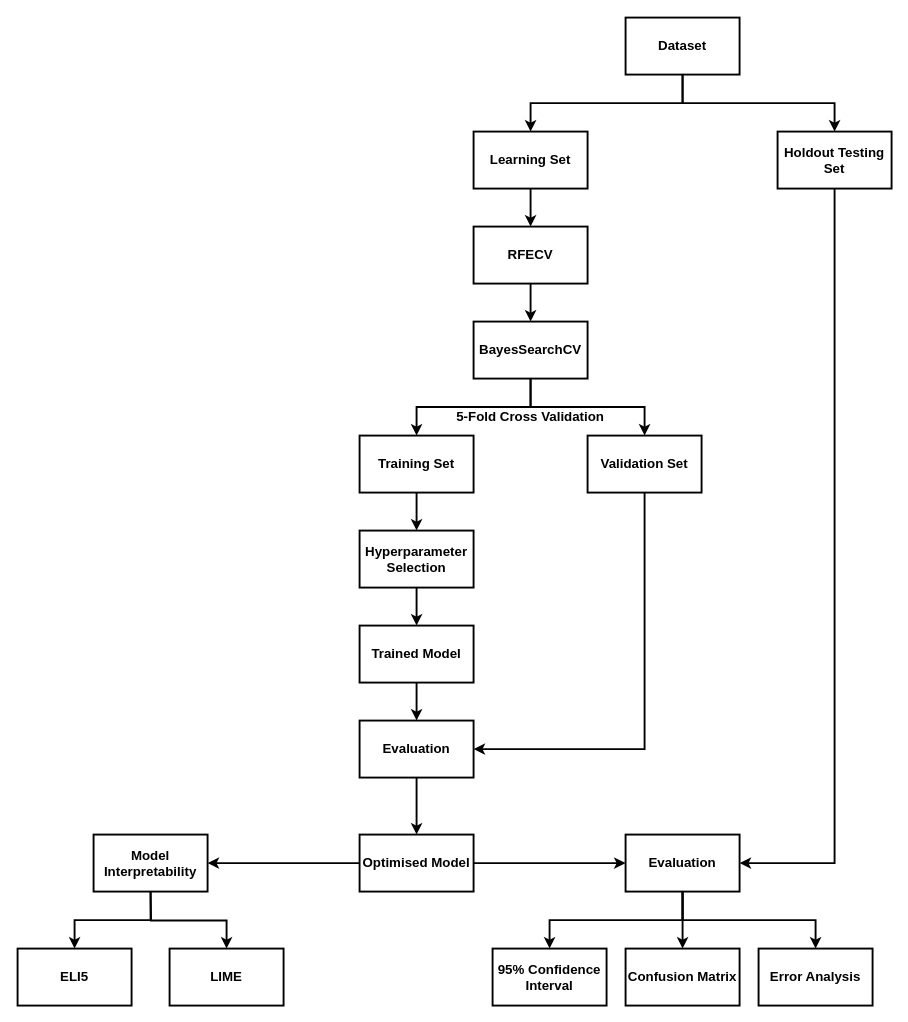
Before: Diagrams/Model_Training.drawio in GeorgeIniatis/AlphaFold_Dataset_Drug_Binding_Prediction, a draw.io diagram. Source tidied: cells renumbered, new cells numbered last; positions are measured from the earlier drawing's top-left corner, leaving out a move shared by most shapes. Both pictures are drawn from the tidied source at 95%, with x=0, y=0 at pixel (17, 17).
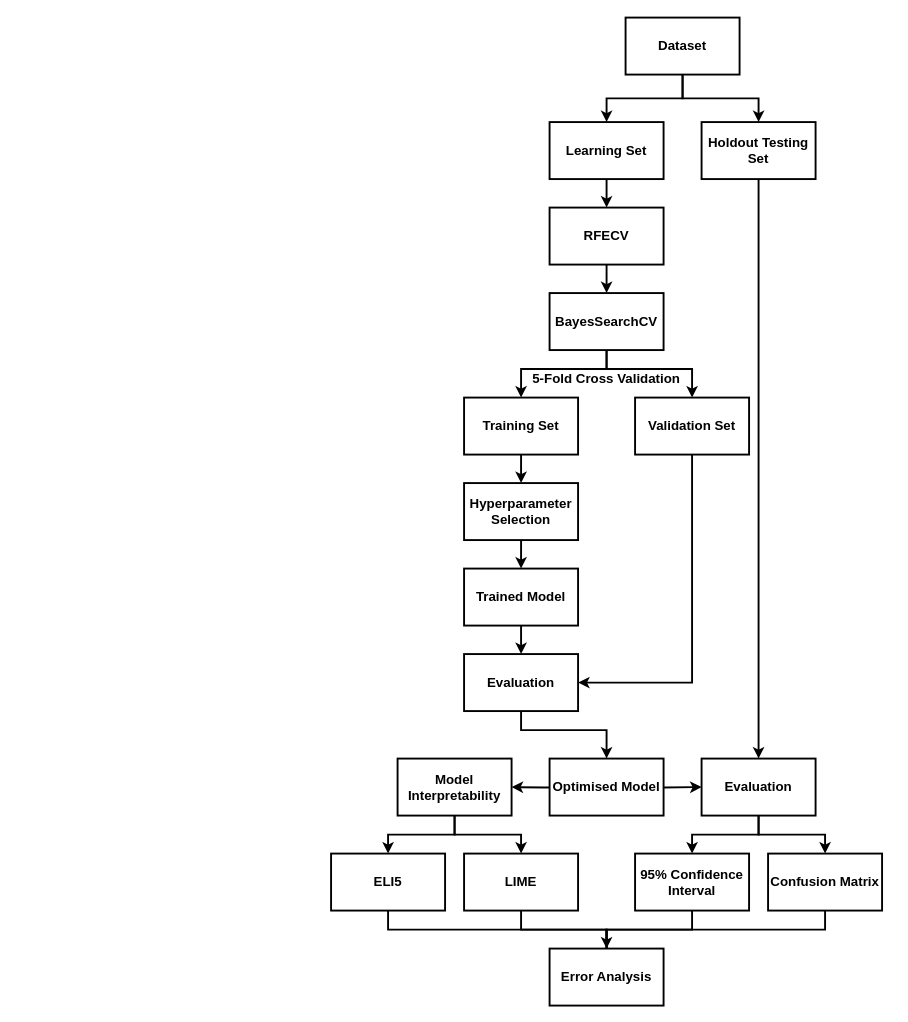
The same diagram, later.

Unchanged cells that the change refers to:
```xml
<mxCell id="19" value="&lt;font style=&quot;font-size: 14px;&quot;&gt;&lt;b&gt;Dataset&lt;/b&gt;&lt;/font&gt;" style="rounded=0;whiteSpace=wrap;html=1;strokeWidth=2;" parent="1" vertex="1">
  <mxGeometry x="640" width="120" height="60" as="geometry" />
</mxCell>
```

Change to the diagram source:
```diff
@@
     <mxCell id="2" value="&lt;font style=&quot;font-size: 14px;&quot;&gt;&lt;b&gt;5-Fold Cross Validation&lt;/b&gt;&lt;/font&gt;" style="rounded=0;whiteSpace=wrap;html=1;strokeWidth=2;strokeColor=none;" parent="1" vertex="1">
-      <mxGeometry x="460" y="390" width="160" height="60" as="geometry" />
+      <mxGeometry x="540" y="350" width="160" height="60" as="geometry" />
     </mxCell>
     <mxCell id="3" value="&lt;font style=&quot;font-size: 14px;&quot;&gt;&lt;b&gt;Learning Set&lt;/b&gt;&lt;/font&gt;" style="rounded=0;whiteSpace=wrap;html=1;strokeWidth=2;" parent="1" vertex="1">
-      <mxGeometry x="480" y="120" width="120" height="60" as="geometry" />
+      <mxGeometry x="560" y="110" width="120" height="60" as="geometry" />
     </mxCell>
@@
     <mxCell id="5" value="&lt;b&gt;RFECV&lt;br&gt;&lt;/b&gt;" style="rounded=0;whiteSpace=wrap;html=1;strokeWidth=2;fontSize=14;" parent="1" vertex="1">
-      <mxGeometry x="480" y="220" width="120" height="60" as="geometry" />
+      <mxGeometry x="560" y="200" width="120" height="60" as="geometry" />
     </mxCell>
@@
     <mxCell id="7" value="&lt;font style=&quot;font-size: 14px;&quot;&gt;&lt;b&gt;Training Set&lt;/b&gt;&lt;/font&gt;" style="rounded=0;whiteSpace=wrap;html=1;strokeWidth=2;" parent="1" vertex="1">
-      <mxGeometry x="360" y="440" width="120" height="60" as="geometry" />
+      <mxGeometry x="470" y="400" width="120" height="60" as="geometry" />
     </mxCell>
-    <mxCell id="8" style="edgeStyle=orthogonalEdgeStyle;rounded=0;jettySize=auto;html=1;strokeWidth=2;fontSize=14;startArrow=none;startFill=0;endArrow=classic;endFill=1;elbow=vertical;entryX=1;entryY=0.5;entryDx=0;entryDy=0;exitX=0.5;exitY=1;exitDx=0;exitDy=0;" parent="1" edge="1" source="9" target="29">
+    <mxCell id="8" style="edgeStyle=orthogonalEdgeStyle;rounded=0;jettySize=auto;html=1;entryX=0.5;entryY=0;entryDx=0;entryDy=0;strokeWidth=2;" parent="1" edge="1" source="9" target="29">
       <mxGeometry relative="1" as="geometry" />
     </mxCell>
     <mxCell id="9" value="&lt;span style=&quot;font-size: 14px;&quot;&gt;&lt;b&gt;Holdout Testing Set&lt;/b&gt;&lt;/span&gt;" style="rounded=0;whiteSpace=wrap;html=1;strokeWidth=2;" parent="1" vertex="1">
-      <mxGeometry x="800" y="120" width="120" height="60" as="geometry" />
+      <mxGeometry x="720" y="110" width="120" height="60" as="geometry" />
     </mxCell>
     <mxCell id="10" value="&lt;font style=&quot;font-size: 14px;&quot;&gt;&lt;b&gt;BayesSearchCV&lt;/b&gt;&lt;/font&gt;" style="rounded=0;whiteSpace=wrap;html=1;strokeWidth=2;" parent="1" vertex="1">
-      <mxGeometry x="480" y="320" width="120" height="60" as="geometry" />
+      <mxGeometry x="560" y="290" width="120" height="60" as="geometry" />
     </mxCell>
+    <mxCell id="40" style="edgeStyle=orthogonalEdgeStyle;rounded=0;jettySize=auto;html=1;entryX=0.5;entryY=0;entryDx=0;entryDy=0;strokeWidth=2;endArrow=none;endFill=0;" parent="1" edge="1" source="11" target="31">
+      <mxGeometry relative="1" as="geometry">
+        <Array as="points">
+          <mxPoint x="710" y="960" />
+          <mxPoint x="620" y="960" />
+        </Array>
+      </mxGeometry>
+    </mxCell>
     <mxCell id="11" value="&lt;font style=&quot;font-size: 14px;&quot;&gt;&lt;b&gt;95% Confidence Interval&lt;/b&gt;&lt;/font&gt;" style="rounded=0;whiteSpace=wrap;html=1;strokeWidth=2;" parent="1" vertex="1">
-      <mxGeometry x="500" y="980" width="120" height="60" as="geometry" />
+      <mxGeometry x="650" y="880" width="120" height="60" as="geometry" />
     </mxCell>
-    <mxCell id="12" style="edgeStyle=orthogonalEdgeStyle;rounded=0;jettySize=auto;html=1;entryX=0;entryY=0.5;entryDx=0;entryDy=0;strokeWidth=2;fontSize=14;startArrow=none;startFill=0;endArrow=classic;endFill=1;elbow=vertical;" parent="1" edge="1" source="14" target="29">
-      <mxGeometry relative="1" as="geometry" />
+    <mxCell id="12" style="edgeStyle=orthogonalEdgeStyle;rounded=0;jettySize=auto;html=1;entryX=0;entryY=0.5;entryDx=0;entryDy=0;strokeWidth=2;fontSize=14;startArrow=none;startFill=0;endArrow=classic;endFill=1;elbow=vertical;" parent="1" edge="1" target="29">
+      <mxGeometry relative="1" as="geometry">
+        <mxPoint x="640" y="810" as="sourcePoint" />
+      </mxGeometry>
     </mxCell>
-    <mxCell id="13" style="edgeStyle=orthogonalEdgeStyle;rounded=0;jettySize=auto;html=1;entryX=1;entryY=0.5;entryDx=0;entryDy=0;strokeWidth=2;fontSize=14;startArrow=none;startFill=0;endArrow=classic;endFill=1;elbow=vertical;exitX=0;exitY=0.5;exitDx=0;exitDy=0;" parent="1" edge="1" source="14" target="32">
-      <mxGeometry relative="1" as="geometry" />
+    <mxCell id="13" style="edgeStyle=orthogonalEdgeStyle;rounded=0;jettySize=auto;html=1;entryX=1;entryY=0.5;entryDx=0;entryDy=0;strokeWidth=2;fontSize=14;startArrow=none;startFill=0;endArrow=classic;endFill=1;elbow=vertical;exitX=0;exitY=0.5;exitDx=0;exitDy=0;" parent="1" edge="1" target="32">
+      <mxGeometry relative="1" as="geometry">
+        <mxPoint x="590" y="810" as="sourcePoint" />
+      </mxGeometry>
     </mxCell>
     <mxCell id="14" value="&lt;font style=&quot;font-size: 14px;&quot;&gt;&lt;b&gt;Optimised Model&lt;/b&gt;&lt;/font&gt;" style="rounded=0;whiteSpace=wrap;html=1;strokeWidth=2;" parent="1" vertex="1">
-      <mxGeometry x="360" y="860" width="120" height="60" as="geometry" />
+      <mxGeometry x="560" y="780" width="120" height="60" as="geometry" />
     </mxCell>
@@
     <mxCell id="16" value="&lt;font style=&quot;font-size: 14px;&quot;&gt;&lt;b&gt;Hyperparameter Selection&lt;/b&gt;&lt;/font&gt;" style="rounded=0;whiteSpace=wrap;html=1;strokeWidth=2;" parent="1" vertex="1">
-      <mxGeometry x="360" y="540" width="120" height="60" as="geometry" />
+      <mxGeometry x="470" y="490" width="120" height="60" as="geometry" />
     </mxCell>
-    <mxCell id="17" style="edgeStyle=orthogonalEdgeStyle;rounded=0;jettySize=auto;html=1;entryX=0.5;entryY=0;entryDx=0;entryDy=0;strokeWidth=2;fontSize=14;startArrow=none;startFill=0;endArrow=classic;endFill=1;elbow=vertical;" parent="1" edge="1" source="18" target="14">
-      <mxGeometry relative="1" as="geometry" />
+    <mxCell id="17" style="edgeStyle=orthogonalEdgeStyle;rounded=0;jettySize=auto;html=1;strokeWidth=2;" parent="1" edge="1" source="18" target="14">
+      <mxGeometry relative="1" as="geometry">
+        <Array as="points">
+          <mxPoint x="530" y="750" />
+          <mxPoint x="620" y="750" />
+        </Array>
+      </mxGeometry>
     </mxCell>
     <mxCell id="18" value="&lt;font style=&quot;font-size: 14px;&quot;&gt;&lt;b&gt;Evaluation&lt;/b&gt;&lt;/font&gt;" style="rounded=0;whiteSpace=wrap;html=1;strokeWidth=2;" parent="1" vertex="1">
-      <mxGeometry x="360" y="740" width="120" height="60" as="geometry" />
+      <mxGeometry x="470" y="670" width="120" height="60" as="geometry" />
     </mxCell>
+    <mxCell id="41" style="edgeStyle=orthogonalEdgeStyle;rounded=0;jettySize=auto;html=1;entryX=0.5;entryY=0;entryDx=0;entryDy=0;strokeWidth=2;" parent="1" edge="1" source="19" target="9">
+      <mxGeometry relative="1" as="geometry" />
+    </mxCell>
@@
     <mxCell id="20" value="&lt;span style=&quot;font-size: 14px;&quot;&gt;&lt;b&gt;Validation Set&lt;/b&gt;&lt;/span&gt;" style="rounded=0;whiteSpace=wrap;html=1;strokeWidth=2;" parent="1" vertex="1">
-      <mxGeometry x="600" y="440" width="120" height="60" as="geometry" />
+      <mxGeometry x="650" y="400" width="120" height="60" as="geometry" />
     </mxCell>
@@
     <mxCell id="22" value="&lt;span style=&quot;font-size: 14px;&quot;&gt;&lt;b&gt;Trained Model&lt;/b&gt;&lt;/span&gt;" style="rounded=0;whiteSpace=wrap;html=1;strokeWidth=2;" parent="1" vertex="1">
-      <mxGeometry x="360" y="640" width="120" height="60" as="geometry" />
+      <mxGeometry x="470" y="580" width="120" height="60" as="geometry" />
     </mxCell>
@@
-    <mxCell id="24" style="endArrow=classic;html=1;rounded=0;strokeWidth=2;fontSize=14;elbow=vertical;edgeStyle=orthogonalEdgeStyle;entryX=0.5;entryY=0;entryDx=0;entryDy=0;endFill=1;" parent="1" edge="1" target="9">
-      <mxGeometry relative="1" as="geometry">
-        <mxPoint x="700" y="60" as="sourcePoint" />
-        <Array as="points">
-          <mxPoint x="700" y="90" />
-          <mxPoint x="860" y="90" />
-        </Array>
-      </mxGeometry>
-    </mxCell>
@@
-    <mxCell id="26" style="endArrow=classic;html=1;rounded=0;strokeWidth=2;fontSize=14;elbow=vertical;exitX=0.5;exitY=1;exitDx=0;exitDy=0;edgeStyle=orthogonalEdgeStyle;entryX=0.5;entryY=0;entryDx=0;entryDy=0;endFill=1;" parent="1" edge="1" source="10" target="7">
-      <mxGeometry relative="1" as="geometry" />
+    <mxCell id="26" style="endArrow=classic;html=1;rounded=0;strokeWidth=2;fontSize=14;elbow=vertical;edgeStyle=orthogonalEdgeStyle;entryX=0.5;entryY=0;entryDx=0;entryDy=0;endFill=1;" parent="1" edge="1" target="7">
+      <mxGeometry relative="1" as="geometry">
+        <mxPoint x="620" y="350" as="sourcePoint" />
+        <Array as="points">
+          <mxPoint x="620" y="370" />
+          <mxPoint x="530" y="370" />
+        </Array>
+      </mxGeometry>
     </mxCell>
     <mxCell id="27" style="endArrow=classic;html=1;rounded=0;strokeWidth=2;fontSize=14;elbow=vertical;edgeStyle=orthogonalEdgeStyle;entryX=0.5;entryY=0;entryDx=0;entryDy=0;endFill=1;" parent="1" edge="1" target="20">
       <mxGeometry relative="1" as="geometry">
-        <mxPoint x="540" y="380" as="sourcePoint" />
+        <mxPoint x="620" y="350" as="sourcePoint" />
         <Array as="points">
-          <mxPoint x="540" y="410" />
-          <mxPoint x="660" y="410" />
+          <mxPoint x="620" y="370" />
+          <mxPoint x="710" y="370" />
         </Array>
       </mxGeometry>
     </mxCell>
@@
     <mxCell id="29" value="&lt;font style=&quot;font-size: 14px;&quot;&gt;&lt;b&gt;Evaluation&lt;/b&gt;&lt;/font&gt;" style="rounded=0;whiteSpace=wrap;html=1;strokeWidth=2;" parent="1" vertex="1">
-      <mxGeometry x="640" y="860" width="120" height="60" as="geometry" />
+      <mxGeometry x="720" y="780" width="120" height="60" as="geometry" />
     </mxCell>
+    <mxCell id="42" style="edgeStyle=orthogonalEdgeStyle;rounded=0;jettySize=auto;html=1;entryX=0.5;entryY=0;entryDx=0;entryDy=0;exitX=0.5;exitY=1;exitDx=0;exitDy=0;strokeWidth=2;endArrow=classic;endFill=1;" parent="1" edge="1" source="30" target="31">
+      <mxGeometry relative="1" as="geometry">
+        <Array as="points">
+          <mxPoint x="850" y="960" />
+          <mxPoint x="620" y="960" />
+        </Array>
+      </mxGeometry>
+    </mxCell>
     <mxCell id="30" value="&lt;font style=&quot;font-size: 14px;&quot;&gt;&lt;b&gt;Confusion Matrix&lt;/b&gt;&lt;/font&gt;" style="rounded=0;whiteSpace=wrap;html=1;strokeWidth=2;" parent="1" vertex="1">
-      <mxGeometry x="640" y="980" width="120" height="60" as="geometry" />
+      <mxGeometry x="790" y="880" width="120" height="60" as="geometry" />
     </mxCell>
     <mxCell id="31" value="&lt;font style=&quot;font-size: 14px;&quot;&gt;&lt;b&gt;Error Analysis&lt;/b&gt;&lt;/font&gt;" style="rounded=0;whiteSpace=wrap;html=1;strokeWidth=2;" parent="1" vertex="1">
-      <mxGeometry x="780" y="980" width="120" height="60" as="geometry" />
+      <mxGeometry x="560" y="980" width="120" height="60" as="geometry" />
     </mxCell>
     <mxCell id="32" value="&lt;font style=&quot;font-size: 14px;&quot;&gt;&lt;b&gt;Model Interpretability&lt;/b&gt;&lt;/font&gt;" style="rounded=0;whiteSpace=wrap;html=1;strokeWidth=2;" parent="1" vertex="1">
-      <mxGeometry x="80" y="860" width="120" height="60" as="geometry" />
+      <mxGeometry x="400" y="780" width="120" height="60" as="geometry" />
     </mxCell>
+    <mxCell id="43" style="edgeStyle=orthogonalEdgeStyle;rounded=0;jettySize=auto;html=1;entryX=0.5;entryY=0;entryDx=0;entryDy=0;strokeWidth=2;endArrow=none;endFill=0;" parent="1" edge="1" source="33" target="31">
+      <mxGeometry relative="1" as="geometry">
+        <Array as="points">
+          <mxPoint x="390" y="960" />
+          <mxPoint x="620" y="960" />
+        </Array>
+      </mxGeometry>
+    </mxCell>
     <mxCell id="33" value="&lt;font style=&quot;font-size: 14px;&quot;&gt;&lt;b&gt;ELI5&lt;/b&gt;&lt;/font&gt;" style="rounded=0;whiteSpace=wrap;html=1;strokeWidth=2;" parent="1" vertex="1">
-      <mxGeometry y="980" width="120" height="60" as="geometry" />
+      <mxGeometry x="330" y="880" width="120" height="60" as="geometry" />
     </mxCell>
+    <mxCell id="44" style="edgeStyle=orthogonalEdgeStyle;rounded=0;jettySize=auto;html=1;strokeWidth=2;endArrow=none;endFill=0;" parent="1" edge="1" source="34">
+      <mxGeometry relative="1" as="geometry">
+        <mxPoint x="620" y="980" as="targetPoint" />
+        <Array as="points">
+          <mxPoint x="530" y="960" />
+          <mxPoint x="620" y="960" />
+        </Array>
+      </mxGeometry>
+    </mxCell>
     <mxCell id="34" value="&lt;font style=&quot;font-size: 14px;&quot;&gt;&lt;b&gt;LIME&lt;/b&gt;&lt;/font&gt;" style="rounded=0;whiteSpace=wrap;html=1;strokeWidth=2;" parent="1" vertex="1">
-      <mxGeometry x="160" y="980" width="120" height="60" as="geometry" />
+      <mxGeometry x="470" y="880" width="120" height="60" as="geometry" />
     </mxCell>
@@
-    <mxCell id="36" style="endArrow=classic;html=1;rounded=0;strokeWidth=2;fontSize=14;elbow=vertical;edgeStyle=orthogonalEdgeStyle;entryX=0.5;entryY=0;entryDx=0;entryDy=0;endFill=1;" parent="1" edge="1" target="31">
-      <mxGeometry relative="1" as="geometry">
-        <mxPoint x="700" y="920" as="sourcePoint" />
-        <Array as="points">
-          <mxPoint x="700" y="950" />
-          <mxPoint x="840" y="950" />
-        </Array>
-      </mxGeometry>
-    </mxCell>
-    <mxCell id="37" style="endArrow=classic;html=1;rounded=0;strokeWidth=2;fontSize=14;elbow=vertical;entryX=0.5;entryY=0;entryDx=0;entryDy=0;endFill=1;" parent="1" edge="1" target="30">
-      <mxGeometry relative="1" as="geometry">
-        <mxPoint x="700" y="920" as="sourcePoint" />
-      </mxGeometry>
-    </mxCell>
-    <mxCell id="38" style="endArrow=none;html=1;rounded=0;strokeWidth=2;fontSize=14;elbow=vertical;entryX=0.5;entryY=1;entryDx=0;entryDy=0;edgeStyle=orthogonalEdgeStyle;exitX=0.5;exitY=0;exitDx=0;exitDy=0;endFill=0;startArrow=classic;startFill=1;" parent="1" edge="1" target="32">
+    <mxCell id="38" style="endArrow=none;html=1;rounded=0;strokeWidth=2;fontSize=14;elbow=vertical;entryX=0.5;entryY=1;entryDx=0;entryDy=0;edgeStyle=orthogonalEdgeStyle;exitX=0.5;exitY=0;exitDx=0;exitDy=0;endFill=0;startArrow=classic;startFill=1;" parent="1" edge="1" source="33" target="32">
       <mxGeometry relative="1" as="geometry">
-        <mxPoint x="60" y="980" as="sourcePoint" />
         <Array as="points">
-          <mxPoint x="60" y="950" />
-          <mxPoint x="140" y="950" />
+          <mxPoint x="390" y="860" />
+          <mxPoint x="460" y="860" />
         </Array>
       </mxGeometry>
     </mxCell>
-    <mxCell id="39" style="endArrow=none;html=1;rounded=0;strokeWidth=2;fontSize=14;elbow=vertical;edgeStyle=orthogonalEdgeStyle;exitX=0.5;exitY=0;exitDx=0;exitDy=0;endFill=0;startArrow=classic;startFill=1;" parent="1" edge="1" source="34">
-      <mxGeometry relative="1" as="geometry">
-        <mxPoint x="140" y="920" as="targetPoint" />
-      </mxGeometry>
+    <mxCell id="39" style="endArrow=none;html=1;rounded=0;strokeWidth=2;fontSize=14;elbow=vertical;edgeStyle=orthogonalEdgeStyle;exitX=0.5;exitY=0;exitDx=0;exitDy=0;endFill=0;startArrow=classic;startFill=1;entryX=0.5;entryY=1;entryDx=0;entryDy=0;" parent="1" edge="1" source="34" target="32">
+      <mxGeometry relative="1" as="geometry" />
     </mxCell>
+    <mxCell id="45" style="endArrow=classic;html=1;rounded=0;strokeWidth=2;fontSize=14;elbow=vertical;edgeStyle=orthogonalEdgeStyle;entryX=0.5;entryY=0;entryDx=0;entryDy=0;endFill=1;" parent="1" edge="1" target="30">
+      <mxGeometry relative="1" as="geometry">
+        <mxPoint x="780" y="840" as="sourcePoint" />
+        <Array as="points">
+          <mxPoint x="780" y="860" />
+          <mxPoint x="850" y="860" />
+        </Array>
+      </mxGeometry>
+    </mxCell>
```
